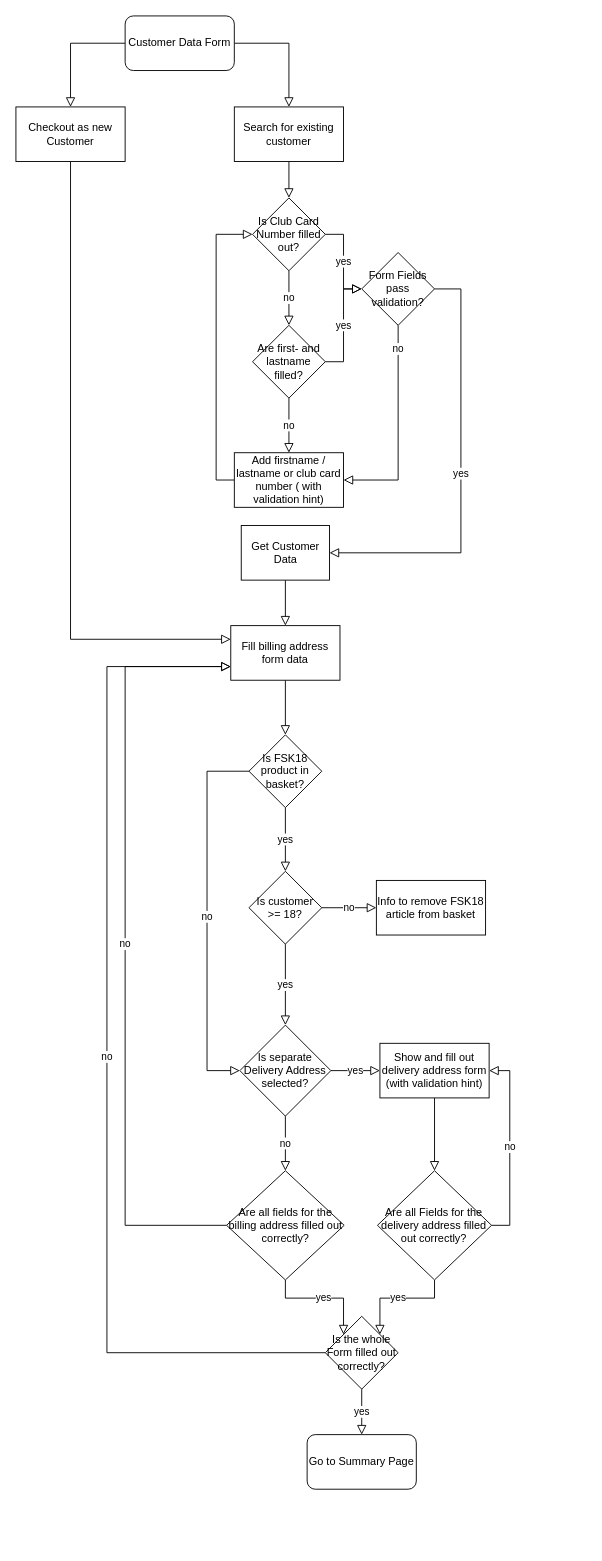
Before: page "Customer Data" (2 of 4) of basket.drawio in jaegermoritz/test-wiki-diagrams, a draw.io diagram. Source tidied: cells renumbered, new cells numbered last; positions are measured from the earlier drawing's top-left corner, leaving out a move shared by most shapes. Both pictures are drawn from the tidied source at 91%, with x=0, y=0 at pixel (15, 15).
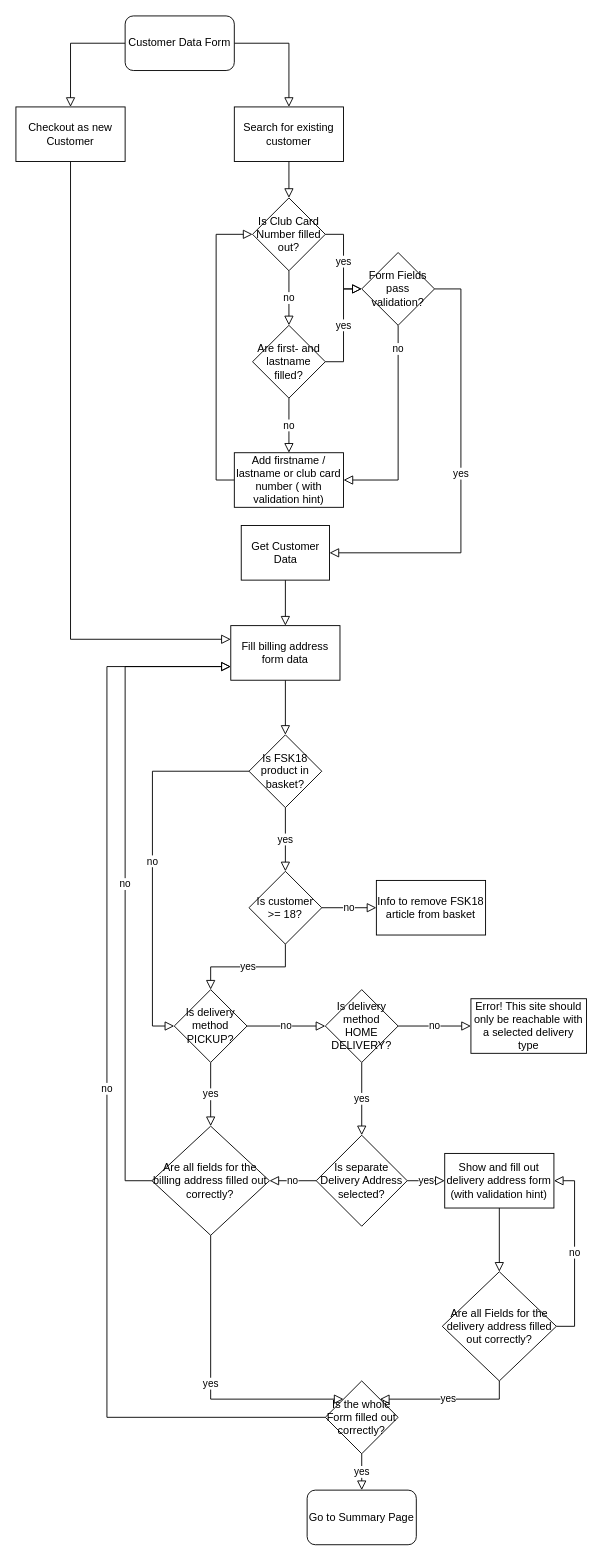
The same diagram, later.

Commit message:
add delivery type flow

Unchanged cells that the change refers to:
```xml
<mxCell id="38" value="Fill billing address form data" style="whiteSpace=wrap;html=1;" parent="1" vertex="1">
  <mxGeometry x="236.1" y="670" width="120" height="60" as="geometry" />
</mxCell>
<mxCell id="41" value="Is FSK18 product in basket?" style="rhombus;whiteSpace=wrap;html=1;" parent="1" vertex="1">
  <mxGeometry x="256.1" y="790" width="80" height="80" as="geometry" />
</mxCell>
<mxCell id="44" value="Is customer &amp;gt;= 18?" style="rhombus;whiteSpace=wrap;html=1;" parent="1" vertex="1">
  <mxGeometry x="256.1" y="940" width="80" height="80" as="geometry" />
</mxCell>
<mxCell id="45" value="Info to remove FSK18 article from basket" style="whiteSpace=wrap;html=1;" parent="1" vertex="1">
  <mxGeometry x="396.1" y="950" width="120" height="60" as="geometry" />
</mxCell>
```

The edit, as a diff of the source:
```diff
@@
     <mxCell id="13" value="yes" style="edgeStyle=orthogonalEdgeStyle;rounded=0;jumpStyle=none;jettySize=auto;html=1;endArrow=block;endFill=0;endSize=8;entryX=0;entryY=0;entryDx=0;entryDy=0;" parent="1" edge="1" source="15" target="32">
-      <mxGeometry relative="1" as="geometry" />
+      <mxGeometry relative="1" as="geometry">
+        <Array as="points">
+          <mxPoint x="214" y="1520" />
+        </Array>
+      </mxGeometry>
     </mxCell>
     <mxCell id="14" value="no" style="edgeStyle=orthogonalEdgeStyle;rounded=0;jumpStyle=none;jettySize=auto;html=1;entryX=0;entryY=0.75;entryDx=0;entryDy=0;endArrow=block;endFill=0;endSize=8;" parent="1" edge="1" source="15" target="38">
       <mxGeometry relative="1" as="geometry">
         <Array as="points">
-          <mxPoint x="120" y="1329" />
+          <mxPoint x="120" y="1280" />
           <mxPoint x="120" y="715" />
         </Array>
       </mxGeometry>
     </mxCell>
     <mxCell id="15" value="Are all fields for the billing address filled out correctly?" style="rhombus;whiteSpace=wrap;html=1;" parent="1" vertex="1">
-      <mxGeometry x="231.5" y="1269" width="129.2" height="120" as="geometry" />
+      <mxGeometry x="149.4" y="1220" width="129.2" height="120" as="geometry" />
     </mxCell>
@@
-    <mxCell id="17" value="no" style="edgeStyle=orthogonalEdgeStyle;rounded=0;jumpStyle=none;jettySize=auto;html=1;endArrow=block;endFill=0;endSize=8;" parent="1" edge="1" source="18" target="15">
+    <mxCell id="17" value="no" style="edgeStyle=orthogonalEdgeStyle;rounded=0;jumpStyle=none;jettySize=auto;html=1;endArrow=block;endFill=0;endSize=8;entryX=1;entryY=0.5;entryDx=0;entryDy=0;" parent="1" edge="1" source="18" target="15">
       <mxGeometry relative="1" as="geometry" />
     </mxCell>
     <mxCell id="18" value="Is separate Delivery Address selected?" style="rhombus;whiteSpace=wrap;html=1;" parent="1" vertex="1">
-      <mxGeometry x="246.1" y="1109" width="100" height="100" as="geometry" />
+      <mxGeometry x="330" y="1230" width="100" height="100" as="geometry" />
     </mxCell>
     <mxCell id="19" value="Go to Summary Page" style="rounded=1;whiteSpace=wrap;html=1;" parent="1" vertex="1">
-      <mxGeometry x="320" y="1559" width="120" height="60" as="geometry" />
+      <mxGeometry x="320" y="1620" width="120" height="60" as="geometry" />
     </mxCell>
@@
     <mxCell id="26" value="Show and fill out delivery address form (with validation hint)" style="whiteSpace=wrap;html=1;" parent="1" vertex="1">
-      <mxGeometry x="400" y="1129" width="120" height="60" as="geometry" />
+      <mxGeometry x="471.2" y="1250" width="120" height="60" as="geometry" />
     </mxCell>
@@
     <mxCell id="29" value="Are all Fields for the delivery address filled out correctly?" style="rhombus;whiteSpace=wrap;html=1;" parent="1" vertex="1">
-      <mxGeometry x="397.3" y="1269" width="125.4" height="120" as="geometry" />
+      <mxGeometry x="468.5" y="1380" width="125.4" height="120" as="geometry" />
     </mxCell>
@@
     <mxCell id="31" value="no" style="edgeStyle=orthogonalEdgeStyle;rounded=0;jumpStyle=none;jettySize=auto;html=1;exitX=0;exitY=0.5;exitDx=0;exitDy=0;entryX=0;entryY=0.75;entryDx=0;entryDy=0;endArrow=block;endFill=0;endSize=8;" parent="1" edge="1" source="32" target="38">
       <mxGeometry relative="1" as="geometry">
         <Array as="points">
-          <mxPoint x="100" y="1469" />
+          <mxPoint x="100" y="1540" />
           <mxPoint x="100" y="715" />
         </Array>
       </mxGeometry>
     </mxCell>
     <mxCell id="32" value="Is the whole Form filled out correctly?" style="rhombus;whiteSpace=wrap;html=1;" parent="1" vertex="1">
-      <mxGeometry x="340" y="1429" width="80" height="80" as="geometry" />
+      <mxGeometry x="340" y="1500" width="80" height="80" as="geometry" />
     </mxCell>
@@
-    <mxCell id="40" value="no" style="edgeStyle=orthogonalEdgeStyle;rounded=0;jumpStyle=none;jettySize=auto;html=1;exitX=0;exitY=0.5;exitDx=0;exitDy=0;entryX=0;entryY=0.5;entryDx=0;entryDy=0;endArrow=block;endFill=0;endSize=8;" parent="1" edge="1" source="41" target="18">
+    <mxCell id="40" value="no" style="edgeStyle=orthogonalEdgeStyle;rounded=0;jumpStyle=none;jettySize=auto;html=1;exitX=0;exitY=0.5;exitDx=0;exitDy=0;endArrow=block;endFill=0;endSize=8;entryX=0;entryY=0.5;entryDx=0;entryDy=0;" parent="1" edge="1" source="41" target="48">
       <mxGeometry relative="1" as="geometry">
         <Array as="points">
-          <mxPoint x="210" y="830" />
-          <mxPoint x="210" y="1159" />
+          <mxPoint x="150" y="830" />
+          <mxPoint x="150" y="1110" />
         </Array>
       </mxGeometry>
     </mxCell>
@@
+    <mxCell id="43" value="no" style="edgeStyle=orthogonalEdgeStyle;rounded=0;jumpStyle=none;jettySize=auto;html=1;endArrow=block;endFill=0;endSize=8;" parent="1" edge="1" source="44" target="45">
+      <mxGeometry relative="1" as="geometry" />
+    </mxCell>
-    <mxCell id="42" value="yes" style="edgeStyle=orthogonalEdgeStyle;rounded=0;jumpStyle=none;jettySize=auto;html=1;exitX=0.5;exitY=1;exitDx=0;exitDy=0;entryX=0.5;entryY=0;entryDx=0;entryDy=0;endArrow=block;endFill=0;endSize=8;" parent="1" edge="1" source="44" target="18">
+    <mxCell id="42" value="yes" style="edgeStyle=orthogonalEdgeStyle;rounded=0;jumpStyle=none;jettySize=auto;html=1;exitX=0.5;exitY=1;exitDx=0;exitDy=0;entryX=0.5;entryY=0;entryDx=0;entryDy=0;endArrow=block;endFill=0;endSize=8;" parent="1" edge="1" source="44" target="48">
       <mxGeometry relative="1" as="geometry" />
     </mxCell>
-    <mxCell id="43" value="no" style="edgeStyle=orthogonalEdgeStyle;rounded=0;jumpStyle=none;jettySize=auto;html=1;endArrow=block;endFill=0;endSize=8;" parent="1" edge="1" source="44" target="45">
-      <mxGeometry relative="1" as="geometry" />
-    </mxCell>
@@
+    <mxCell id="46" value="no" style="edgeStyle=orthogonalEdgeStyle;rounded=0;jumpStyle=none;jettySize=auto;html=1;endArrow=block;endFill=0;endSize=8;" parent="1" edge="1" source="48" target="51">
+      <mxGeometry relative="1" as="geometry" />
+    </mxCell>
+    <mxCell id="47" value="yes" style="edgeStyle=orthogonalEdgeStyle;rounded=0;jumpStyle=none;jettySize=auto;html=1;exitX=0.5;exitY=1;exitDx=0;exitDy=0;endArrow=block;endFill=0;endSize=8;" parent="1" edge="1" source="48" target="15">
+      <mxGeometry relative="1" as="geometry" />
+    </mxCell>
+    <mxCell id="48" value="Is delivery method PICKUP?" style="rhombus;whiteSpace=wrap;html=1;" parent="1" vertex="1">
+      <mxGeometry x="174" y="1070" width="80" height="80" as="geometry" />
+    </mxCell>
+    <mxCell id="49" value="no" style="edgeStyle=orthogonalEdgeStyle;rounded=0;jumpStyle=none;jettySize=auto;html=1;endArrow=block;endFill=0;endSize=8;" parent="1" edge="1" source="51" target="52">
+      <mxGeometry relative="1" as="geometry" />
+    </mxCell>
+    <mxCell id="50" value="yes" style="edgeStyle=orthogonalEdgeStyle;rounded=0;jumpStyle=none;jettySize=auto;html=1;exitX=0.5;exitY=1;exitDx=0;exitDy=0;endArrow=block;endFill=0;endSize=8;" parent="1" edge="1" source="51" target="18">
+      <mxGeometry relative="1" as="geometry" />
+    </mxCell>
+    <mxCell id="51" value="Is delivery method HOME DELIVERY?" style="rhombus;whiteSpace=wrap;html=1;" parent="1" vertex="1">
+      <mxGeometry x="340" y="1070" width="80" height="80" as="geometry" />
+    </mxCell>
+    <mxCell id="52" value="Error! This site should only be reachable with a selected delivery type" style="whiteSpace=wrap;html=1;" parent="1" vertex="1">
+      <mxGeometry x="500" y="1080" width="127" height="60" as="geometry" />
+    </mxCell>
```
